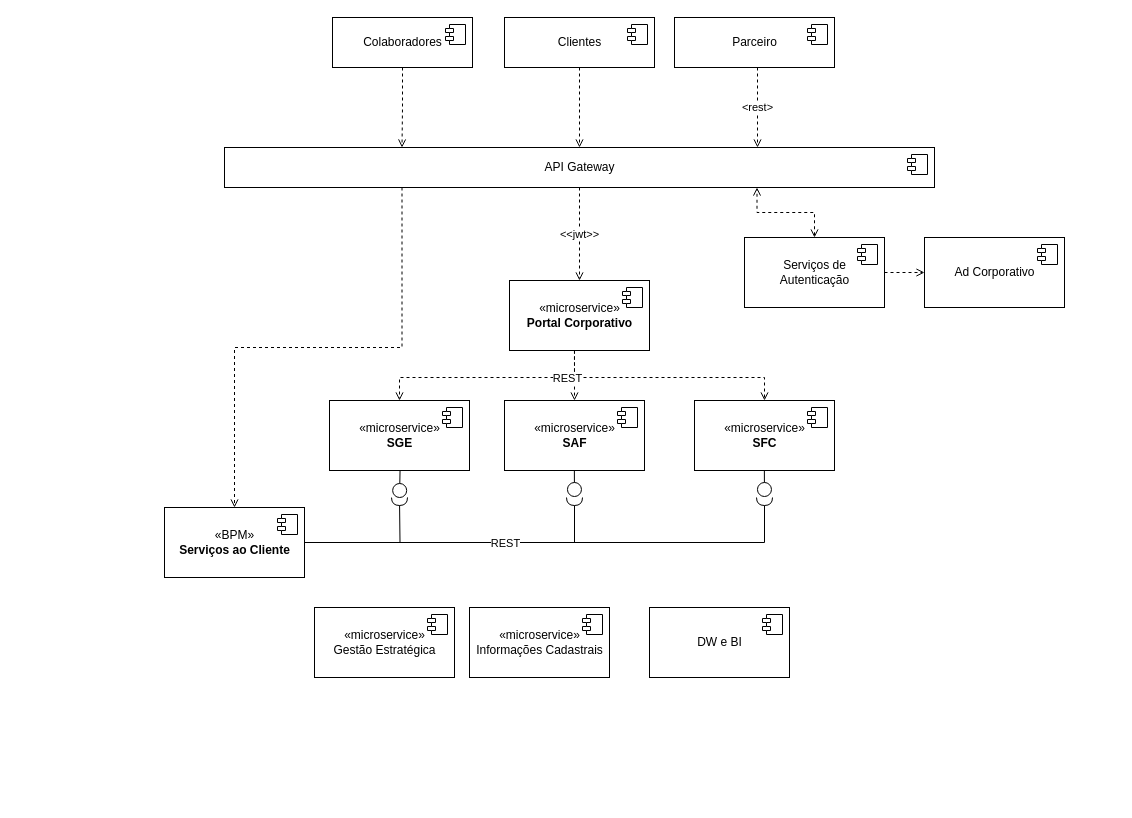
Before: page "Diagrama de Componentes" (4 of 6) of desenho-solucao/DesenhoSolucao.drawio in felipepozzi/puc-minas-arquitetura, a draw.io diagram. Source tidied: cells renumbered, new cells numbered last; positions are measured from the earlier drawing's top-left corner, leaving out a move shared by most shapes. Both pictures are drawn from the tidied source at 100%, with x=0, y=0 at pixel (164, 17).
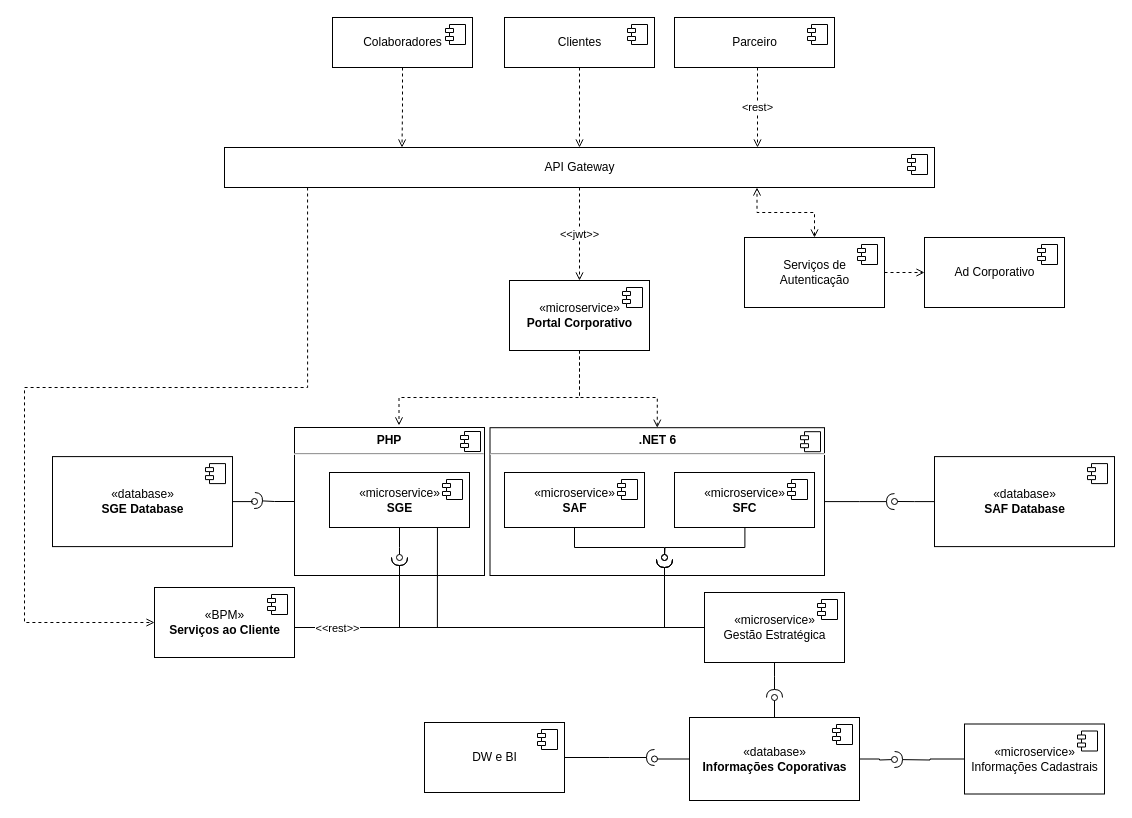
After the change.

The change refers to these unchanged cells:
```xml
<mxCell id="4" value="API Gateway" style="html=1;fontColor=#000000;" parent="1" vertex="1">
  <mxGeometry x="60" y="130" width="710" height="40" as="geometry" />
</mxCell>
<mxCell id="10" value="«microservice»&lt;br&gt;&lt;b&gt;Portal Corporativo&lt;/b&gt;" style="html=1;fontColor=#000000;" parent="1" vertex="1">
  <mxGeometry x="345" y="263" width="140" height="70" as="geometry" />
</mxCell>
```

Change to the diagram source:
```diff
@@
+    <mxCell id="48" value="&lt;p style=&quot;margin: 0px ; margin-top: 6px ; text-align: center&quot;&gt;&lt;b&gt;PHP&lt;/b&gt;&lt;/p&gt;&lt;hr&gt;&lt;p style=&quot;margin: 0px ; margin-left: 8px&quot;&gt;&lt;br&gt;&lt;/p&gt;" style="align=left;overflow=fill;html=1;fontColor=#000000;" parent="1" vertex="1">
+      <mxGeometry x="130" y="410" width="190" height="148" as="geometry" />
+    </mxCell>
+    <mxCell id="49" style="shape=component;jettyWidth=8;jettyHeight=4;fontColor=#000000;" parent="48" vertex="1">
+      <mxGeometry x="1" width="20" height="20" relative="1" as="geometry">
+        <mxPoint x="-24" y="4" as="offset" />
+      </mxGeometry>
+    </mxCell>
+    <mxCell id="50" value="&lt;p style=&quot;margin: 0px ; margin-top: 6px ; text-align: center&quot;&gt;&lt;b&gt;.NET 6&lt;/b&gt;&lt;/p&gt;&lt;hr&gt;&lt;p style=&quot;margin: 0px ; margin-left: 8px&quot;&gt;&lt;br&gt;&lt;/p&gt;" style="align=left;overflow=fill;html=1;fontColor=#000000;" parent="1" vertex="1">
+      <mxGeometry x="325.5" y="410.2" width="334.5" height="147.8" as="geometry" />
+    </mxCell>
+    <mxCell id="51" style="shape=component;jettyWidth=8;jettyHeight=4;fontColor=#000000;" parent="50" vertex="1">
+      <mxGeometry x="1" width="20" height="20" relative="1" as="geometry">
+        <mxPoint x="-24" y="4" as="offset" />
+      </mxGeometry>
+    </mxCell>
+    <mxCell id="52" style="edgeStyle=orthogonalEdgeStyle;rounded=0;jettySize=auto;html=1;fontColor=#000000;startArrow=none;startFill=0;endArrow=halfCircle;endFill=0;strokeColor=#000000;" parent="1" edge="1" source="50">
+      <mxGeometry relative="1" as="geometry">
+        <mxPoint x="730" y="484.1" as="targetPoint" />
+      </mxGeometry>
+    </mxCell>
+    <mxCell id="53" style="edgeStyle=orthogonalEdgeStyle;rounded=0;jettySize=auto;html=1;fontColor=#000000;startArrow=none;startFill=0;endArrow=oval;endFill=0;strokeColor=#000000;exitX=0.503;exitY=0.986;exitDx=0;exitDy=0;exitPerimeter=0;" parent="1" edge="1" source="13">
+      <mxGeometry relative="1" as="geometry">
+        <mxPoint x="500" y="540" as="targetPoint" />
+      </mxGeometry>
+    </mxCell>
@@
-    <mxCell id="3" style="edgeStyle=orthogonalEdgeStyle;rounded=0;jettySize=auto;html=1;entryX=0.5;entryY=0;entryDx=0;entryDy=0;dashed=1;fontColor=#000000;startArrow=none;startFill=0;endArrow=open;endFill=0;strokeColor=#000000;exitX=0.25;exitY=1;exitDx=0;exitDy=0;" parent="1" edge="1" source="4" target="40">
-      <mxGeometry relative="1" as="geometry" />
+    <mxCell id="3" style="edgeStyle=orthogonalEdgeStyle;rounded=0;jettySize=auto;html=1;entryX=0;entryY=0.5;entryDx=0;entryDy=0;dashed=1;fontColor=#000000;startArrow=none;startFill=0;endArrow=open;endFill=0;strokeColor=#000000;exitX=0.117;exitY=1;exitDx=0;exitDy=0;exitPerimeter=0;" parent="1" edge="1" source="4" target="40">
+      <mxGeometry relative="1" as="geometry">
+        <Array as="points">
+          <mxPoint x="143" y="370" />
+          <mxPoint x="-140" y="370" />
+          <mxPoint x="-140" y="605" />
+        </Array>
+      </mxGeometry>
     </mxCell>
@@
-    <mxCell id="6" style="edgeStyle=orthogonalEdgeStyle;rounded=0;jettySize=auto;html=1;entryX=0.5;entryY=0;entryDx=0;entryDy=0;dashed=1;fontColor=#000000;startArrow=none;startFill=0;endArrow=open;endFill=0;strokeColor=#000000;" parent="1" edge="1" source="10" target="19">
+    <mxCell id="6" style="edgeStyle=orthogonalEdgeStyle;rounded=0;jettySize=auto;html=1;entryX=0.55;entryY=-0.014;entryDx=0;entryDy=0;dashed=1;fontColor=#000000;startArrow=none;startFill=0;endArrow=open;endFill=0;strokeColor=#000000;exitX=0.5;exitY=1;exitDx=0;exitDy=0;entryPerimeter=0;" parent="1" edge="1" source="10" target="48">
       <mxGeometry relative="1" as="geometry">
         <Array as="points">
-          <mxPoint x="410" y="360" />
-          <mxPoint x="235" y="360" />
+          <mxPoint x="415" y="380" />
+          <mxPoint x="235" y="380" />
         </Array>
       </mxGeometry>
     </mxCell>
-    <mxCell id="7" style="edgeStyle=orthogonalEdgeStyle;rounded=0;jettySize=auto;html=1;entryX=0.5;entryY=0;entryDx=0;entryDy=0;dashed=1;fontColor=#000000;startArrow=none;startFill=0;endArrow=open;endFill=0;strokeColor=#000000;exitX=0.464;exitY=1.001;exitDx=0;exitDy=0;exitPerimeter=0;" parent="1" edge="1" source="10" target="16">
-      <mxGeometry relative="1" as="geometry" />
+    <mxCell id="7" style="edgeStyle=orthogonalEdgeStyle;rounded=0;jettySize=auto;html=1;entryX=0.5;entryY=0;entryDx=0;entryDy=0;dashed=1;fontColor=#000000;startArrow=none;startFill=0;endArrow=open;endFill=0;strokeColor=#000000;exitX=0.5;exitY=1;exitDx=0;exitDy=0;" parent="1" edge="1" source="10" target="50">
+      <mxGeometry relative="1" as="geometry">
+        <Array as="points">
+          <mxPoint x="415" y="380" />
+          <mxPoint x="493" y="380" />
+        </Array>
+      </mxGeometry>
     </mxCell>
-    <mxCell id="8" style="edgeStyle=orthogonalEdgeStyle;rounded=0;jettySize=auto;html=1;entryX=0.5;entryY=0;entryDx=0;entryDy=0;dashed=1;fontColor=#000000;startArrow=none;startFill=0;endArrow=open;endFill=0;strokeColor=#000000;" parent="1" edge="1" source="10" target="13">
-      <mxGeometry relative="1" as="geometry">
-        <Array as="points">
-          <mxPoint x="410" y="360" />
-          <mxPoint x="600" y="360" />
-        </Array>
-      </mxGeometry>
-    </mxCell>
-    <mxCell id="9" value="REST" style="edgeLabel;html=1;align=center;verticalAlign=middle;fontColor=#000000;" parent="8" vertex="1">
-      <mxGeometry x="-0.38" y="-3" relative="1" as="geometry">
-        <mxPoint x="-55" y="-3" as="offset" />
-      </mxGeometry>
-    </mxCell>
@@
-    <mxCell id="12" style="edgeStyle=orthogonalEdgeStyle;rounded=0;jettySize=auto;html=1;fontColor=#000000;startArrow=none;startFill=0;endArrow=circle;endFill=0;strokeColor=#000000;exitX=0.499;exitY=0.99;exitDx=0;exitDy=0;exitPerimeter=0;" parent="1" edge="1" source="13">
-      <mxGeometry relative="1" as="geometry">
-        <mxPoint x="600" y="480" as="targetPoint" />
-      </mxGeometry>
-    </mxCell>
     <mxCell id="13" value="«microservice»&lt;br&gt;&lt;b&gt;SFC&lt;/b&gt;" style="html=1;fontColor=#000000;" parent="1" vertex="1">
-      <mxGeometry x="530" y="383" width="140" height="70" as="geometry" />
+      <mxGeometry x="510" y="455" width="140" height="55" as="geometry" />
     </mxCell>
@@
-    <mxCell id="15" style="edgeStyle=orthogonalEdgeStyle;rounded=0;jettySize=auto;html=1;fontColor=#000000;startArrow=none;startFill=0;endArrow=circle;endFill=0;strokeColor=#000000;exitX=0.499;exitY=0.992;exitDx=0;exitDy=0;exitPerimeter=0;" parent="1" edge="1" source="16">
-      <mxGeometry relative="1" as="geometry">
-        <mxPoint x="410" y="480" as="targetPoint" />
-      </mxGeometry>
-    </mxCell>
+    <mxCell id="54" style="edgeStyle=orthogonalEdgeStyle;rounded=0;jettySize=auto;html=1;fontColor=#000000;startArrow=none;startFill=0;endArrow=oval;endFill=0;strokeColor=#000000;" parent="1" edge="1" source="16">
+      <mxGeometry relative="1" as="geometry">
+        <mxPoint x="500" y="540" as="targetPoint" />
+        <Array as="points">
+          <mxPoint x="410" y="530" />
+          <mxPoint x="500" y="530" />
+        </Array>
+      </mxGeometry>
+    </mxCell>
     <mxCell id="16" value="«microservice»&lt;br&gt;&lt;b&gt;SAF&lt;/b&gt;" style="html=1;fontColor=#000000;" parent="1" vertex="1">
-      <mxGeometry x="340" y="383" width="140" height="70" as="geometry" />
+      <mxGeometry x="340" y="455" width="140" height="55" as="geometry" />
     </mxCell>
@@
-    <mxCell id="18" style="edgeStyle=orthogonalEdgeStyle;rounded=0;jettySize=auto;html=1;fontColor=#000000;startArrow=none;startFill=0;endArrow=circle;endFill=0;strokeColor=#000000;exitX=0.504;exitY=0.997;exitDx=0;exitDy=0;exitPerimeter=0;" parent="1" edge="1" source="19">
-      <mxGeometry relative="1" as="geometry">
-        <mxPoint x="235" y="481" as="targetPoint" />
-      </mxGeometry>
-    </mxCell>
+    <mxCell id="55" style="edgeStyle=orthogonalEdgeStyle;rounded=0;jettySize=auto;html=1;fontColor=#000000;startArrow=none;startFill=0;endArrow=halfCircle;endFill=0;strokeColor=#000000;exitX=0.771;exitY=0.989;exitDx=0;exitDy=0;exitPerimeter=0;" parent="1" edge="1" source="19">
+      <mxGeometry relative="1" as="geometry">
+        <mxPoint x="500" y="542" as="targetPoint" />
+        <Array as="points">
+          <mxPoint x="273" y="610" />
+          <mxPoint x="500" y="610" />
+        </Array>
+      </mxGeometry>
+    </mxCell>
+    <mxCell id="56" style="edgeStyle=orthogonalEdgeStyle;rounded=0;jettySize=auto;html=1;fontColor=#000000;startArrow=none;startFill=0;endArrow=oval;endFill=0;strokeColor=#000000;" parent="1" edge="1" source="19">
+      <mxGeometry relative="1" as="geometry">
+        <mxPoint x="235" y="540" as="targetPoint" />
+      </mxGeometry>
+    </mxCell>
+    <mxCell id="57" style="edgeStyle=orthogonalEdgeStyle;rounded=0;jettySize=auto;html=1;fontColor=#000000;startArrow=none;startFill=0;endArrow=halfCircle;endFill=0;strokeColor=#000000;exitX=0;exitY=0.5;exitDx=0;exitDy=0;" parent="1" edge="1" source="48">
+      <mxGeometry relative="1" as="geometry">
+        <mxPoint x="90" y="483" as="targetPoint" />
+      </mxGeometry>
+    </mxCell>
     <mxCell id="19" value="«microservice»&lt;br&gt;&lt;b&gt;SGE&lt;/b&gt;" style="html=1;fontColor=#000000;" parent="1" vertex="1">
-      <mxGeometry x="165" y="383" width="140" height="70" as="geometry" />
+      <mxGeometry x="165" y="455" width="140" height="55" as="geometry" />
     </mxCell>
@@
-    <mxCell id="36" style="edgeStyle=orthogonalEdgeStyle;rounded=0;jettySize=auto;html=1;fontColor=#000000;startArrow=none;startFill=0;endArrow=halfCircle;endFill=0;strokeColor=#000000;" parent="1" edge="1" source="40">
+    <mxCell id="36" style="edgeStyle=orthogonalEdgeStyle;rounded=0;jettySize=auto;html=1;fontColor=#000000;startArrow=none;startFill=0;endArrow=halfCircle;endFill=0;strokeColor=#000000;exitX=1;exitY=0.5;exitDx=0;exitDy=0;" parent="1" edge="1" source="40">
       <mxGeometry relative="1" as="geometry">
-        <mxPoint x="235" y="480" as="targetPoint" />
+        <mxPoint x="235" y="540" as="targetPoint" />
+        <Array as="points">
+          <mxPoint x="130" y="610" />
+          <mxPoint x="235" y="610" />
+        </Array>
       </mxGeometry>
     </mxCell>
     <mxCell id="37" style="edgeStyle=orthogonalEdgeStyle;rounded=0;jettySize=auto;html=1;fontColor=#000000;startArrow=none;startFill=0;endArrow=halfCircle;endFill=0;strokeColor=#000000;exitX=1;exitY=0.5;exitDx=0;exitDy=0;" parent="1" edge="1" source="40">
       <mxGeometry relative="1" as="geometry">
-        <mxPoint x="410" y="480" as="targetPoint" />
+        <mxPoint x="500" y="542" as="targetPoint" />
         <Array as="points">
-          <mxPoint x="410" y="525" />
+          <mxPoint x="130" y="610" />
+          <mxPoint x="500" y="610" />
         </Array>
       </mxGeometry>
     </mxCell>
-    <mxCell id="38" style="edgeStyle=orthogonalEdgeStyle;rounded=0;jettySize=auto;html=1;fontColor=#000000;startArrow=none;startFill=0;endArrow=halfCircle;endFill=0;strokeColor=#000000;exitX=1;exitY=0.5;exitDx=0;exitDy=0;" parent="1" edge="1" source="40">
-      <mxGeometry relative="1" as="geometry">
-        <mxPoint x="600" y="480" as="targetPoint" />
-        <Array as="points">
-          <mxPoint x="600" y="525" />
-        </Array>
-      </mxGeometry>
-    </mxCell>
-    <mxCell id="39" value="REST" style="edgeLabel;html=1;align=center;verticalAlign=middle;fontColor=#000000;" parent="38" vertex="1">
-      <mxGeometry x="-0.91" y="2" relative="1" as="geometry">
-        <mxPoint x="177" y="2" as="offset" />
-      </mxGeometry>
-    </mxCell>
+    <mxCell id="58" value="&amp;lt;&amp;lt;rest&amp;gt;&amp;gt;" style="edgeLabel;html=1;align=center;verticalAlign=middle;fontColor=#000000;" parent="37" vertex="1">
+      <mxGeometry x="-0.79" relative="1" as="geometry" />
+    </mxCell>
     <mxCell id="40" value="«BPM»&lt;br&gt;&lt;b&gt;Serviços ao Cliente&lt;/b&gt;" style="html=1;fontColor=#000000;" parent="1" vertex="1">
-      <mxGeometry y="490" width="140" height="70" as="geometry" />
+      <mxGeometry x="-10" y="570" width="140" height="70" as="geometry" />
     </mxCell>
@@
+    <mxCell id="59" style="edgeStyle=orthogonalEdgeStyle;rounded=0;jettySize=auto;html=1;fontColor=#000000;startArrow=none;startFill=0;endArrow=halfCircle;endFill=0;strokeColor=#000000;exitX=0;exitY=0.5;exitDx=0;exitDy=0;" parent="1" edge="1" source="42">
+      <mxGeometry relative="1" as="geometry">
+        <mxPoint x="500" y="542" as="targetPoint" />
+        <Array as="points">
+          <mxPoint x="500" y="610" />
+        </Array>
+      </mxGeometry>
+    </mxCell>
+    <mxCell id="60" style="edgeStyle=orthogonalEdgeStyle;rounded=0;jettySize=auto;html=1;fontColor=#000000;startArrow=none;startFill=0;endArrow=halfCircle;endFill=0;strokeColor=#000000;exitX=0;exitY=0.5;exitDx=0;exitDy=0;" parent="1" edge="1" source="42">
+      <mxGeometry relative="1" as="geometry">
+        <mxPoint x="235" y="540" as="targetPoint" />
+        <Array as="points">
+          <mxPoint x="540" y="610" />
+          <mxPoint x="235" y="610" />
+        </Array>
+      </mxGeometry>
+    </mxCell>
+    <mxCell id="61" style="edgeStyle=orthogonalEdgeStyle;rounded=0;jettySize=auto;html=1;fontColor=#000000;startArrow=none;startFill=0;endArrow=halfCircle;endFill=0;strokeColor=#000000;" parent="1" edge="1" source="42">
+      <mxGeometry relative="1" as="geometry">
+        <mxPoint x="610" y="680" as="targetPoint" />
+        <Array as="points">
+          <mxPoint x="610" y="659" />
+          <mxPoint x="610" y="659" />
+        </Array>
+      </mxGeometry>
+    </mxCell>
     <mxCell id="42" value="«microservice»&lt;br&gt;Gestão Estratégica" style="html=1;fontColor=#000000;" parent="1" vertex="1">
-      <mxGeometry x="150" y="590" width="140" height="70" as="geometry" />
+      <mxGeometry x="540" y="575" width="140" height="70" as="geometry" />
     </mxCell>
@@
+    <mxCell id="62" style="edgeStyle=orthogonalEdgeStyle;rounded=0;jettySize=auto;html=1;fontColor=#000000;startArrow=none;startFill=0;endArrow=halfCircle;endFill=0;strokeColor=#000000;exitX=0;exitY=0.5;exitDx=0;exitDy=0;" parent="1" edge="1" source="44">
+      <mxGeometry relative="1" as="geometry">
+        <mxPoint x="730" y="742" as="targetPoint" />
+      </mxGeometry>
+    </mxCell>
     <mxCell id="44" value="«microservice»&lt;br&gt;Informações Cadastrais" style="html=1;fontColor=#000000;" parent="1" vertex="1">
-      <mxGeometry x="305" y="590" width="140" height="70" as="geometry" />
+      <mxGeometry x="800" y="706.5" width="140" height="70" as="geometry" />
     </mxCell>
@@
+    <mxCell id="63" style="edgeStyle=orthogonalEdgeStyle;rounded=0;jettySize=auto;html=1;fontColor=#000000;startArrow=none;startFill=0;endArrow=halfCircle;endFill=0;strokeColor=#000000;exitX=1;exitY=0.5;exitDx=0;exitDy=0;" parent="1" edge="1" source="46">
+      <mxGeometry relative="1" as="geometry">
+        <mxPoint x="490" y="740" as="targetPoint" />
+      </mxGeometry>
+    </mxCell>
     <mxCell id="46" value="DW e BI" style="html=1;fontColor=#000000;" parent="1" vertex="1">
-      <mxGeometry x="485" y="590" width="140" height="70" as="geometry" />
+      <mxGeometry x="260" y="705" width="140" height="70" as="geometry" />
     </mxCell>
@@
+    <mxCell id="64" style="edgeStyle=orthogonalEdgeStyle;rounded=0;jettySize=auto;html=1;fontColor=#000000;startArrow=none;startFill=0;endArrow=oval;endFill=0;strokeColor=#000000;" parent="1" edge="1" source="65">
+      <mxGeometry relative="1" as="geometry">
+        <mxPoint x="730" y="484" as="targetPoint" />
+      </mxGeometry>
+    </mxCell>
+    <mxCell id="65" value="«database»&lt;br&gt;&lt;b&gt;SAF Database&lt;/b&gt;" style="html=1;fontColor=#000000;" parent="1" vertex="1">
+      <mxGeometry x="770" y="439.1" width="180" height="90" as="geometry" />
+    </mxCell>
+    <mxCell id="66" style="shape=module;jettyWidth=8;jettyHeight=4;fontColor=#000000;" parent="65" vertex="1">
+      <mxGeometry x="1" width="20" height="20" relative="1" as="geometry">
+        <mxPoint x="-27" y="7" as="offset" />
+      </mxGeometry>
+    </mxCell>
+    <mxCell id="67" style="edgeStyle=orthogonalEdgeStyle;rounded=0;jettySize=auto;html=1;fontColor=#000000;startArrow=none;startFill=0;endArrow=oval;endFill=0;strokeColor=#000000;" parent="1" edge="1" source="68">
+      <mxGeometry relative="1" as="geometry">
+        <mxPoint x="90" y="484" as="targetPoint" />
+      </mxGeometry>
+    </mxCell>
+    <mxCell id="68" value="«database»&lt;br&gt;&lt;b&gt;SGE Database&lt;/b&gt;" style="html=1;fontColor=#000000;" parent="1" vertex="1">
+      <mxGeometry x="-112" y="439.1" width="180" height="90" as="geometry" />
+    </mxCell>
+    <mxCell id="69" style="shape=module;jettyWidth=8;jettyHeight=4;fontColor=#000000;" parent="68" vertex="1">
+      <mxGeometry x="1" width="20" height="20" relative="1" as="geometry">
+        <mxPoint x="-27" y="7" as="offset" />
+      </mxGeometry>
+    </mxCell>
+    <mxCell id="70" style="edgeStyle=orthogonalEdgeStyle;rounded=0;jettySize=auto;html=1;fontColor=#000000;startArrow=none;startFill=0;endArrow=oval;endFill=0;strokeColor=#000000;" parent="1" edge="1" source="73">
+      <mxGeometry relative="1" as="geometry">
+        <mxPoint x="730" y="742" as="targetPoint" />
+      </mxGeometry>
+    </mxCell>
+    <mxCell id="71" style="edgeStyle=orthogonalEdgeStyle;rounded=0;jettySize=auto;html=1;fontColor=#000000;startArrow=none;startFill=0;endArrow=oval;endFill=0;strokeColor=#000000;exitX=0;exitY=0.5;exitDx=0;exitDy=0;" parent="1" edge="1" source="73">
+      <mxGeometry relative="1" as="geometry">
+        <mxPoint x="490" y="742" as="targetPoint" />
+      </mxGeometry>
+    </mxCell>
+    <mxCell id="72" style="edgeStyle=orthogonalEdgeStyle;rounded=0;jettySize=auto;html=1;fontColor=#000000;startArrow=none;startFill=0;endArrow=oval;endFill=0;strokeColor=#000000;exitX=0.5;exitY=0;exitDx=0;exitDy=0;" parent="1" edge="1" source="73">
+      <mxGeometry relative="1" as="geometry">
+        <mxPoint x="610" y="680" as="targetPoint" />
+      </mxGeometry>
+    </mxCell>
+    <mxCell id="73" value="«database»&lt;br&gt;&lt;b&gt;Informações Coporativas&lt;/b&gt;" style="html=1;fontColor=#000000;" parent="1" vertex="1">
+      <mxGeometry x="525" y="700" width="170" height="83" as="geometry" />
+    </mxCell>
+    <mxCell id="74" style="shape=module;jettyWidth=8;jettyHeight=4;fontColor=#000000;" parent="73" vertex="1">
+      <mxGeometry x="1" width="20" height="20" relative="1" as="geometry">
+        <mxPoint x="-27" y="7" as="offset" />
+      </mxGeometry>
+    </mxCell>
```
